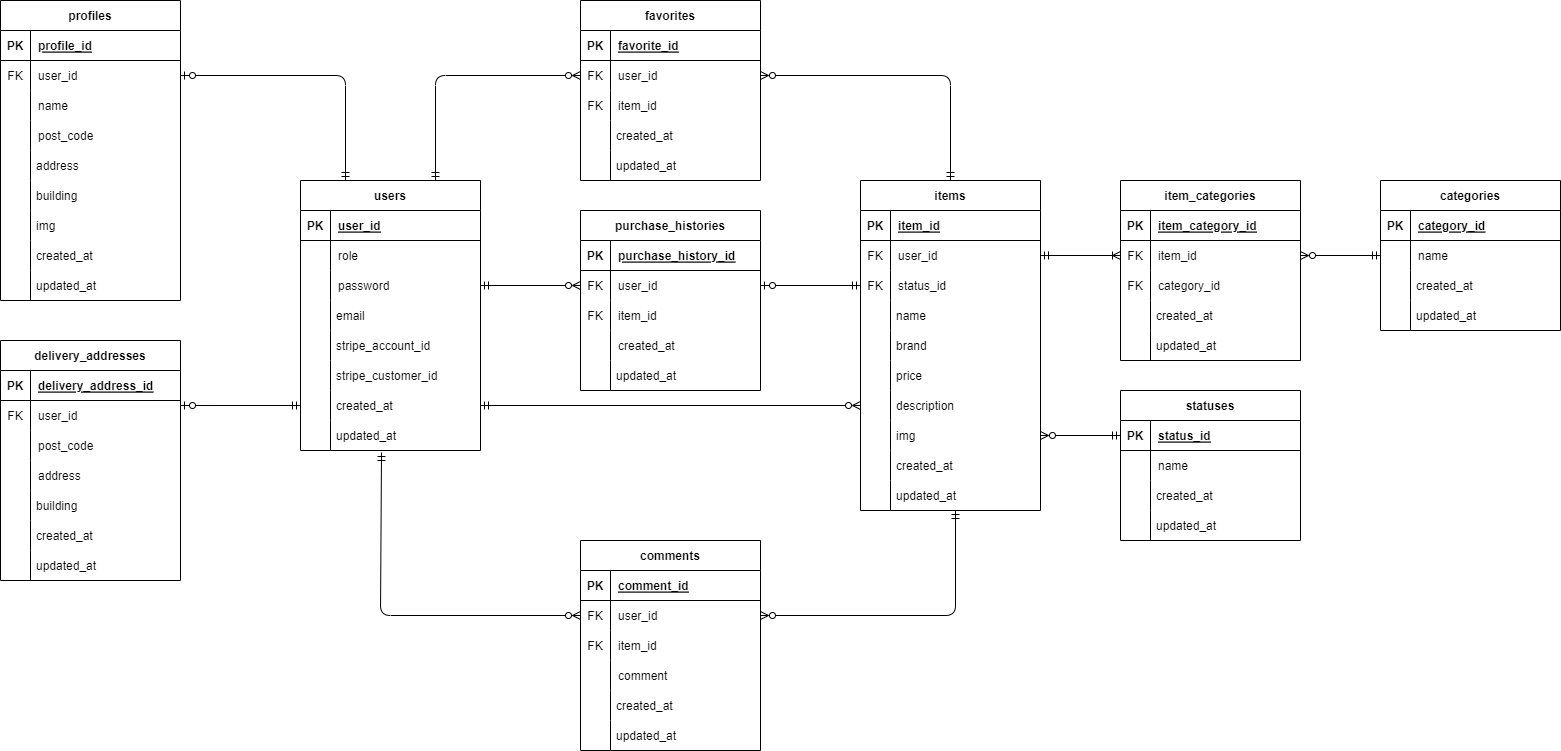
Above: market/market.drawio.png in nakagawa1573/images (draw.io), before the change. Source tidied: cells renumbered, new cells last; positions are measured from the earlier drawing's top-left corner, leaving out a move shared by most shapes.
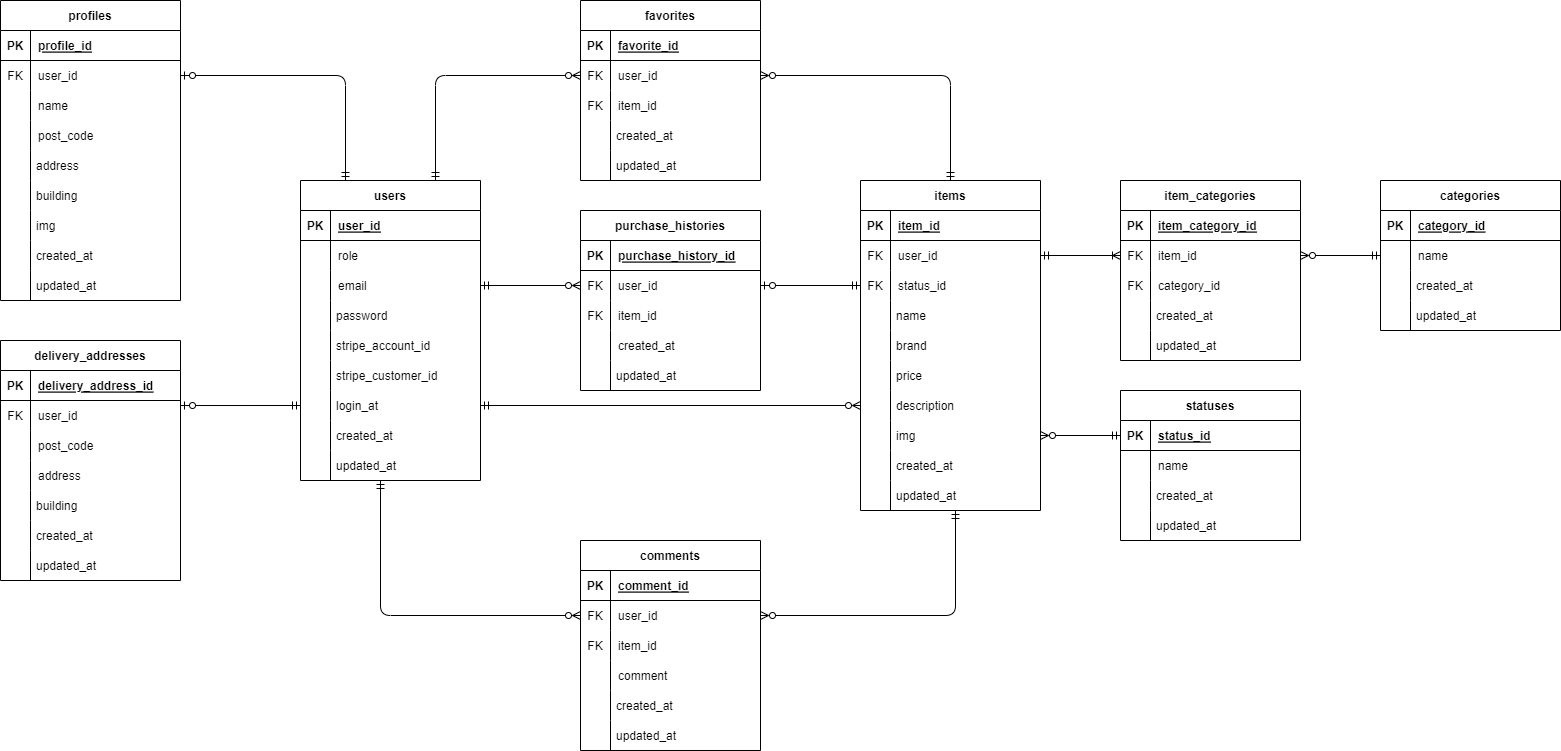
Above is the later version.

Diff of the diagram source:
```diff
@@ -9,7 +9,7 @@
       <mxGeometry width="180" height="330" as="geometry" />
     </mxCell>
     <mxCell id="4" value="users" style="shape=table;startSize=30;rowLines=0;fontStyle=1;align=center;" parent="3" vertex="1">
-      <mxGeometry width="180" height="270" as="geometry" />
+      <mxGeometry width="180" height="300" as="geometry" />
     </mxCell>
     <mxCell id="5" style="shape=tableRow;horizontal=0;startSize=0;swimlaneHead=0;swimlaneBody=0;fillColor=none;top=0;left=0;right=0;bottom=1;" parent="4" vertex="1">
       <mxGeometry y="30" width="180" height="30" as="geometry" />
@@ -35,16 +35,16 @@
     <mxCell id="12" style="shape=partialRectangle;fillColor=none;top=0;left=0;bottom=0;right=0;overflow=hidden;" parent="11" vertex="1">
       <mxGeometry width="30" height="30" as="geometry" />
     </mxCell>
-    <mxCell id="13" value="password" style="shape=partialRectangle;fillColor=none;top=0;left=0;bottom=0;right=0;align=left;spacingLeft=6;overflow=hidden;" parent="11" vertex="1">
+    <mxCell id="13" value="email" style="shape=partialRectangle;fillColor=none;top=0;left=0;bottom=0;right=0;align=left;spacingLeft=6;overflow=hidden;" parent="11" vertex="1">
       <mxGeometry x="30" width="150" height="30" as="geometry" />
     </mxCell>
-    <mxCell id="14" value="created_at" style="shape=partialRectangle;fillColor=none;align=left;verticalAlign=middle;strokeColor=none;spacingLeft=34;points=[[0,0.5],[1,0.5]];portConstraint=eastwest;" parent="3" vertex="1">
+    <mxCell id="14" value="login_at" style="shape=partialRectangle;fillColor=none;align=left;verticalAlign=middle;strokeColor=none;spacingLeft=34;points=[[0,0.5],[1,0.5]];portConstraint=eastwest;" parent="3" vertex="1">
       <mxGeometry y="210" width="180" height="30" as="geometry" />
     </mxCell>
     <mxCell id="15" style="shape=partialRectangle;top=0;left=0;bottom=0;fillColor=none;stokeWidth=1;align=left;verticalAlign=middle;spacingLeft=4;spacingRight=4;overflow=hidden;" parent="14" vertex="1">
       <mxGeometry width="30" height="30" as="geometry" />
     </mxCell>
-    <mxCell id="16" value="updated_at" style="shape=partialRectangle;fillColor=none;align=left;verticalAlign=middle;strokeColor=none;spacingLeft=34;points=[[0,0.5],[1,0.5]];portConstraint=eastwest;" parent="3" vertex="1">
+    <mxCell id="16" value="created_at" style="shape=partialRectangle;fillColor=none;align=left;verticalAlign=middle;strokeColor=none;spacingLeft=34;points=[[0,0.5],[1,0.5]];portConstraint=eastwest;" parent="3" vertex="1">
       <mxGeometry y="240" width="180" height="30" as="geometry" />
     </mxCell>
     <mxCell id="17" style="shape=partialRectangle;top=0;left=0;bottom=0;fillColor=none;stokeWidth=1;align=left;verticalAlign=middle;spacingLeft=4;spacingRight=4;overflow=hidden;" parent="16" vertex="1">
@@ -56,12 +56,18 @@
     <mxCell id="19" style="shape=partialRectangle;top=0;left=0;bottom=0;fillColor=none;stokeWidth=1;align=left;verticalAlign=middle;spacingLeft=4;spacingRight=4;overflow=hidden;" parent="18" vertex="1">
       <mxGeometry width="30" height="30" as="geometry" />
     </mxCell>
-    <mxCell id="20" value="email" style="shape=partialRectangle;fillColor=none;align=left;verticalAlign=middle;strokeColor=none;spacingLeft=34;" parent="3" vertex="1">
+    <mxCell id="20" value="password" style="shape=partialRectangle;fillColor=none;align=left;verticalAlign=middle;strokeColor=none;spacingLeft=34;" parent="3" vertex="1">
       <mxGeometry y="120" width="180" height="30" as="geometry" />
     </mxCell>
     <mxCell id="21" style="shape=partialRectangle;top=0;left=0;bottom=0;fillColor=none;stokeWidth=1;align=left;verticalAlign=middle;spacingLeft=4;spacingRight=4;overflow=hidden;" parent="20" vertex="1">
       <mxGeometry width="30" height="30" as="geometry" />
     </mxCell>
+    <mxCell id="192" value="updated_at" style="shape=partialRectangle;fillColor=none;align=left;verticalAlign=middle;strokeColor=none;spacingLeft=34;" parent="3" vertex="1">
+      <mxGeometry y="270" width="180" height="30" as="geometry" />
+    </mxCell>
+    <mxCell id="193" style="shape=partialRectangle;top=0;left=0;bottom=0;fillColor=none;stokeWidth=1;align=left;verticalAlign=middle;spacingLeft=4;spacingRight=4;overflow=hidden;" parent="192" vertex="1">
+      <mxGeometry width="30" height="30" as="geometry" />
+    </mxCell>
     <mxCell id="22" style="group;" parent="1" vertex="1">
       <mxGeometry x="860" y="180" width="180" height="370" as="geometry" />
     </mxCell>
@@ -211,8 +217,9 @@
         </Array>
       </mxGeometry>
     </mxCell>
-    <mxCell id="69" style="fontSize=12;html=1;endArrow=ERzeroToMany;endFill=0;entryX=0;entryY=0.5;entryDx=0;entryDy=0;startArrow=ERmandOne;startFill=0;exitX=0.45;exitY=1.067;exitDx=0;exitDy=0;exitPerimeter=0;" parent="1" edge="1" source="16" target="136">
+    <mxCell id="69" style="fontSize=12;html=1;endArrow=ERzeroToMany;endFill=0;entryX=0;entryY=0.5;entryDx=0;entryDy=0;startArrow=ERmandOne;startFill=0;" parent="1" edge="1" target="136">
       <mxGeometry relative="1" as="geometry">
+        <mxPoint x="380" y="480" as="sourcePoint" />
         <Array as="points">
           <mxPoint x="380" y="615" />
         </Array>
```
